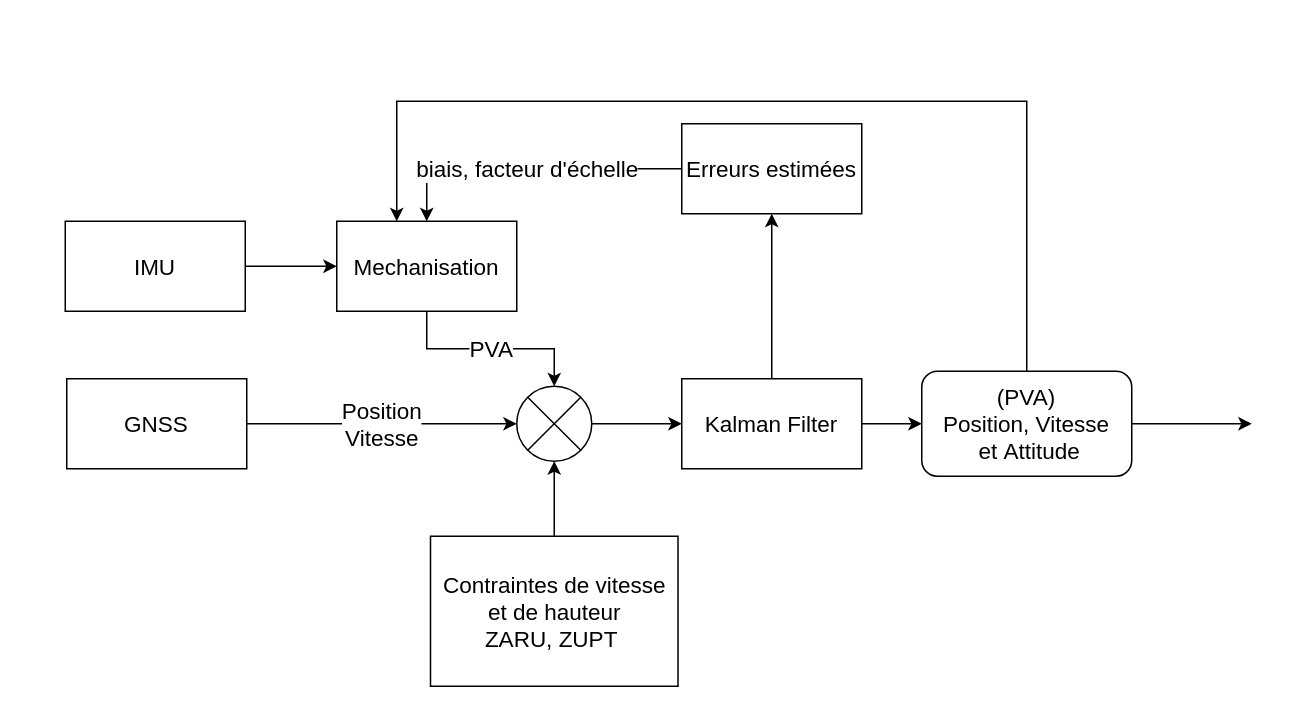
This is page "Contraintes" (1 of 6) of KFs_Geo.drawio from Kaloum2/KFs, a draw.io file, before an edit. Source tidied: cells renumbered, new cells numbered last; positions are measured from the earlier drawing's top-left corner, leaving out a move shared by most shapes. Both pictures are drawn from the tidied source at 150%, with x=0, y=0 at pixel (64, 100).
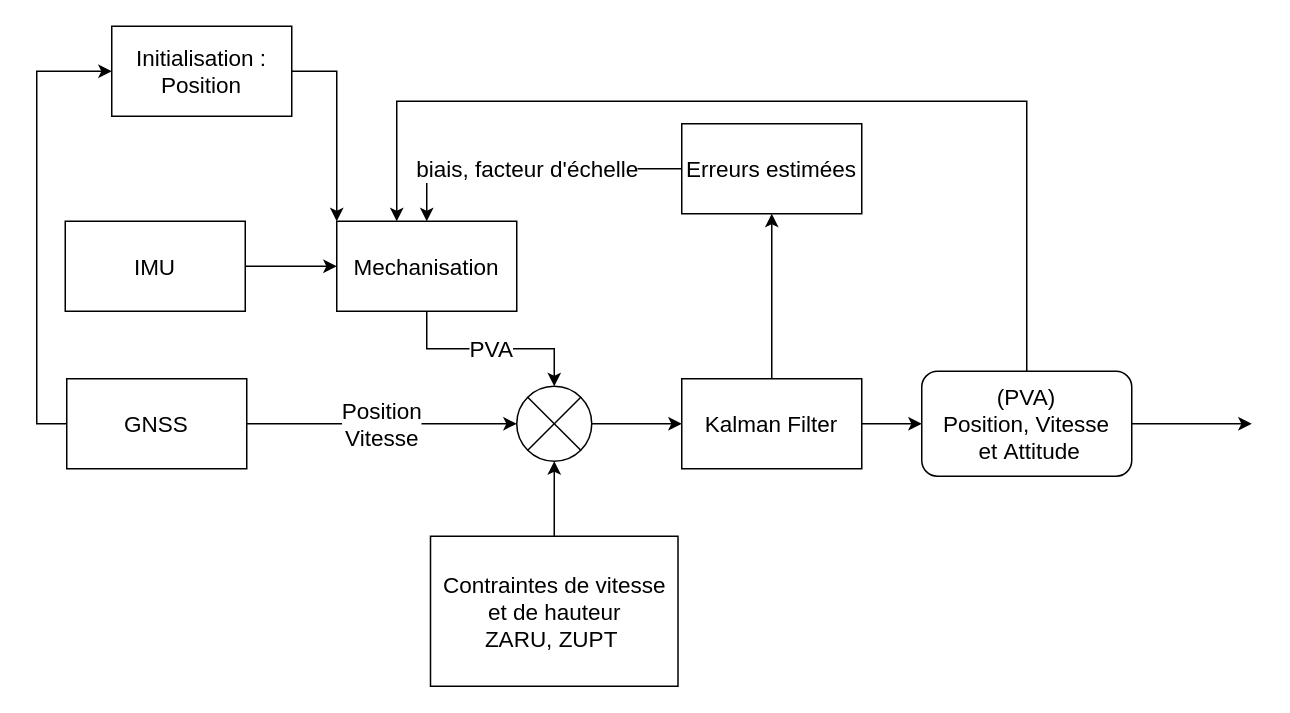
The same page after the edit.

Unchanged cells that the change refers to:
```xml
<mxCell id="5" value="GNSS" style="rounded=0;whiteSpace=wrap;html=1;fontSize=15;" parent="1" vertex="1">
  <mxGeometry x="1" y="185" width="120" height="60" as="geometry" />
</mxCell>
<mxCell id="9" value="Mechanisation" style="rounded=0;whiteSpace=wrap;html=1;fontSize=15;" parent="1" vertex="1">
  <mxGeometry x="181" y="80" width="120" height="60" as="geometry" />
</mxCell>
```

Change to the diagram source:
```diff
@@
+    <mxCell id="20" style="edgeStyle=orthogonalEdgeStyle;rounded=0;jettySize=auto;html=1;exitX=0;exitY=0.5;exitDx=0;exitDy=0;entryX=0;entryY=0.5;entryDx=0;entryDy=0;" parent="1" edge="1" source="5" target="22">
+      <mxGeometry relative="1" as="geometry" />
+    </mxCell>
@@
+    <mxCell id="21" style="edgeStyle=orthogonalEdgeStyle;rounded=0;jettySize=auto;html=1;exitX=1;exitY=0.5;exitDx=0;exitDy=0;entryX=0;entryY=0;entryDx=0;entryDy=0;" parent="1" edge="1" source="22" target="9">
+      <mxGeometry relative="1" as="geometry" />
+    </mxCell>
+    <mxCell id="22" value="Initialisation : Position" style="rounded=0;whiteSpace=wrap;html=1;fontSize=15;" parent="1" vertex="1">
+      <mxGeometry x="31" y="-50" width="120" height="60" as="geometry" />
+    </mxCell>
```
